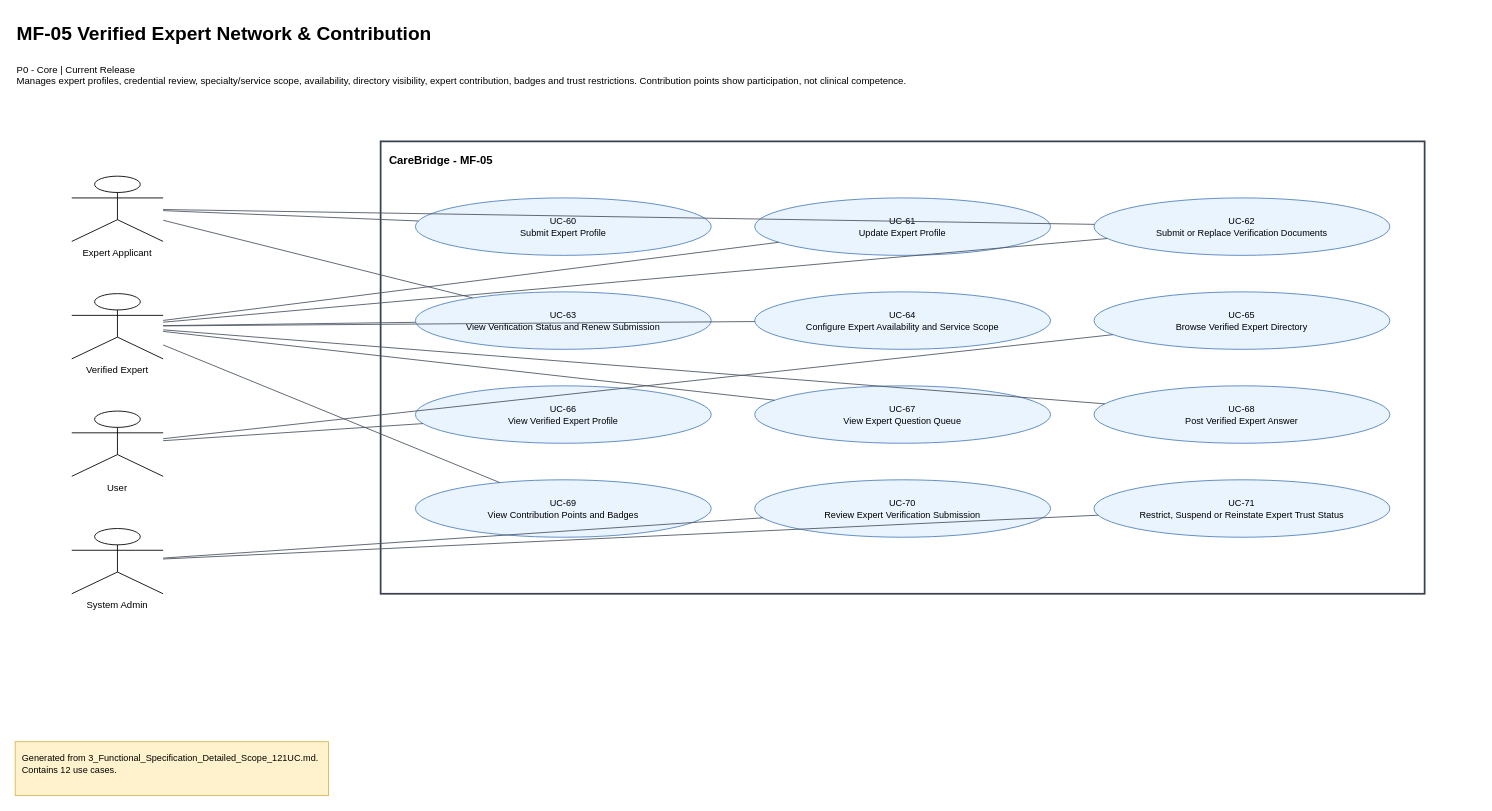
This is page "D-05. MF-05 Verified Expert Network & Contribution" (5 of 14) of 02_Requirements/UseCase/CareBridge_Use_Case_Diagrams.drawio from ChuongBDHE172784/CareBridge_SEP490_G79, a draw.io file, before an edit. Source tidied: cells renumbered, new cells numbered last; positions are measured from the earlier drawing's top-left corner, leaving out a move shared by most shapes. Both pictures are drawn from the tidied source at 87%, with x=0, y=0 at pixel (15, 15).
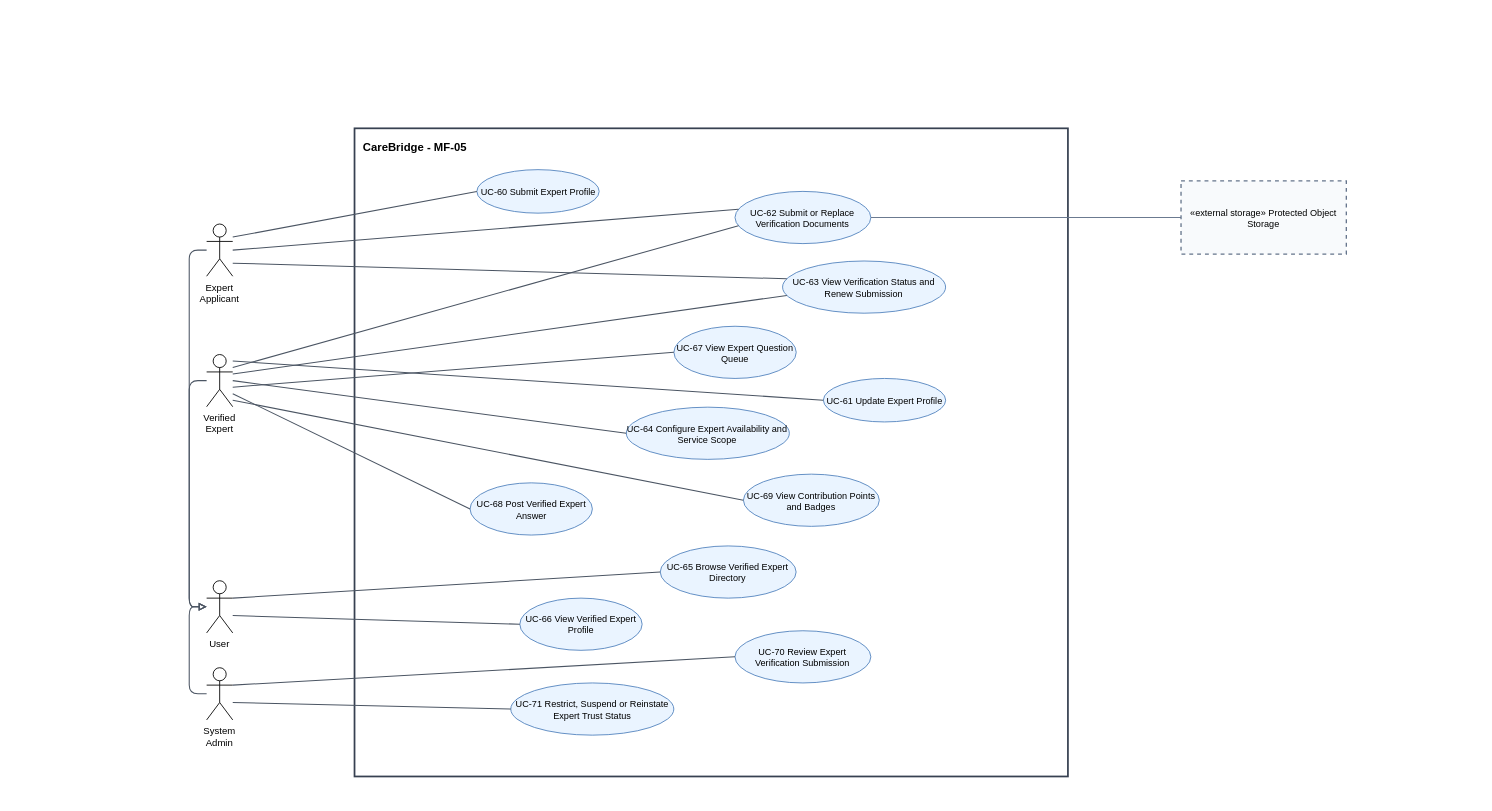
Above is the later version.

Change to the diagram source:
```diff
@@
-    <mxCell id="2" value="MF-05 Verified Expert Network &amp; Contribution" style="text;html=1;strokeColor=none;fillColor=none;fontFamily=Arial;fontSize=22;fontStyle=1;align=left;verticalAlign=middle;" parent="1" vertex="1">
-      <mxGeometry width="1680" height="44" as="geometry" />
-    </mxCell>
-    <mxCell id="3" value="P0 - Core | Current Release&#10;Manages expert profiles, credential review, specialty/service scope, availability, directory visibility, expert contribution, badges and trust restrictions. Contribution points show participation, not clinical competence." style="text;html=1;strokeColor=none;fillColor=none;fontFamily=Arial;fontSize=11;align=left;verticalAlign=top;whiteSpace=wrap;" parent="1" vertex="1">
-      <mxGeometry y="50" width="1680" height="62" as="geometry" />
-    </mxCell>
     <mxCell id="4" value="CareBridge - MF-05" style="rounded=0;whiteSpace=wrap;html=1;fillColor=none;strokeColor=#374151;strokeWidth=2;fontFamily=Arial;fontSize=13;fontStyle=1;align=left;verticalAlign=top;spacing=10;" parent="1" vertex="1">
-      <mxGeometry x="420" y="145" width="1200" height="520" as="geometry" />
+      <mxGeometry x="390" y="130" width="820" height="745" as="geometry" />
     </mxCell>
-    <mxCell id="5" value="Generated from 3_Functional_Specification_Detailed_Scope_121UC.md. Contains 12 use cases." style="rounded=0;whiteSpace=wrap;html=1;fillColor=#FFF2CC;strokeColor=#D6B656;fontFamily=Arial;fontSize=10.5;align=left;verticalAlign=top;spacing=8;" parent="1" vertex="1">
-      <mxGeometry y="835" width="360" height="62" as="geometry" />
-    </mxCell>
-    <mxCell id="6" value="Expert Applicant" style="shape=umlActor;verticalLabelPosition=bottom;verticalAlign=top;html=1;outlineConnect=0;whiteSpace=wrap;fontFamily=Arial;fontSize=11;align=center;" parent="1" vertex="1">
-      <mxGeometry x="65" y="185" width="105" height="75" as="geometry" />
-    </mxCell>
-    <mxCell id="7" value="Verified Expert" style="shape=umlActor;verticalLabelPosition=bottom;verticalAlign=top;html=1;outlineConnect=0;whiteSpace=wrap;fontFamily=Arial;fontSize=11;align=center;" parent="1" vertex="1">
-      <mxGeometry x="65" y="320" width="105" height="75" as="geometry" />
-    </mxCell>
-    <mxCell id="8" value="User" style="shape=umlActor;verticalLabelPosition=bottom;verticalAlign=top;html=1;outlineConnect=0;whiteSpace=wrap;fontFamily=Arial;fontSize=11;align=center;" parent="1" vertex="1">
-      <mxGeometry x="65" y="455" width="105" height="75" as="geometry" />
-    </mxCell>
-    <mxCell id="9" value="System Admin" style="shape=umlActor;verticalLabelPosition=bottom;verticalAlign=top;html=1;outlineConnect=0;whiteSpace=wrap;fontFamily=Arial;fontSize=11;align=center;" parent="1" vertex="1">
-      <mxGeometry x="65" y="590" width="105" height="75" as="geometry" />
-    </mxCell>
-    <mxCell id="10" value="UC-60&#10;Submit Expert Profile" style="ellipse;whiteSpace=wrap;html=1;fillColor=#EAF4FF;strokeColor=#4F81BD;strokeWidth=1;fontFamily=Arial;fontSize=10.5;align=center;verticalAlign=middle;" parent="1" vertex="1">
-      <mxGeometry x="460" y="210" width="340" height="66" as="geometry" />
+    <mxCell id="10" value="UC-60 Submit Expert Profile" style="ellipse;whiteSpace=wrap;html=1;fillColor=#EAF4FF;strokeColor=#4F81BD;strokeWidth=1;fontFamily=Arial;fontSize=10.5;align=center;verticalAlign=middle;" parent="4" vertex="1">
+      <mxGeometry x="140.6" y="47.5" width="140.6" height="50" as="geometry" />
     </mxCell>
-    <mxCell id="11" value="UC-61&#10;Update Expert Profile" style="ellipse;whiteSpace=wrap;html=1;fillColor=#EAF4FF;strokeColor=#4F81BD;strokeWidth=1;fontFamily=Arial;fontSize=10.5;align=center;verticalAlign=middle;" parent="1" vertex="1">
-      <mxGeometry x="850" y="210" width="340" height="66" as="geometry" />
+    <mxCell id="11" value="UC-61 Update Expert Profile" style="ellipse;whiteSpace=wrap;html=1;fillColor=#EAF4FF;strokeColor=#4F81BD;strokeWidth=1;fontFamily=Arial;fontSize=10.5;align=center;verticalAlign=middle;" parent="4" vertex="1">
+      <mxGeometry x="538.9" y="287.5" width="140.6" height="50" as="geometry" />
     </mxCell>
-    <mxCell id="12" value="UC-62&#10;Submit or Replace Verification Documents" style="ellipse;whiteSpace=wrap;html=1;fillColor=#EAF4FF;strokeColor=#4F81BD;strokeWidth=1;fontFamily=Arial;fontSize=10.5;align=center;verticalAlign=middle;" parent="1" vertex="1">
-      <mxGeometry x="1240" y="210" width="340" height="66" as="geometry" />
+    <mxCell id="12" value="UC-62 Submit or Replace Verification Documents" style="ellipse;whiteSpace=wrap;html=1;fillColor=#EAF4FF;strokeColor=#4F81BD;strokeWidth=1;fontFamily=Arial;fontSize=10.5;align=center;verticalAlign=middle;" parent="4" vertex="1">
+      <mxGeometry x="437.3" y="72.5" width="156.2" height="60" as="geometry" />
     </mxCell>
-    <mxCell id="13" value="UC-63&#10;View Verification Status and Renew Submission" style="ellipse;whiteSpace=wrap;html=1;fillColor=#EAF4FF;strokeColor=#4F81BD;strokeWidth=1;fontFamily=Arial;fontSize=10.5;align=center;verticalAlign=middle;" parent="1" vertex="1">
-      <mxGeometry x="460" y="318" width="340" height="66" as="geometry" />
+    <mxCell id="13" value="UC-63 View Verification Status and Renew Submission" style="ellipse;whiteSpace=wrap;html=1;fillColor=#EAF4FF;strokeColor=#4F81BD;strokeWidth=1;fontFamily=Arial;fontSize=10.5;align=center;verticalAlign=middle;" parent="4" vertex="1">
+      <mxGeometry x="492" y="152.5" width="187.4" height="60" as="geometry" />
     </mxCell>
-    <mxCell id="14" value="UC-64&#10;Configure Expert Availability and Service Scope" style="ellipse;whiteSpace=wrap;html=1;fillColor=#EAF4FF;strokeColor=#4F81BD;strokeWidth=1;fontFamily=Arial;fontSize=10.5;align=center;verticalAlign=middle;" parent="1" vertex="1">
-      <mxGeometry x="850" y="318" width="340" height="66" as="geometry" />
+    <mxCell id="14" value="UC-64 Configure Expert Availability and Service Scope" style="ellipse;whiteSpace=wrap;html=1;fillColor=#EAF4FF;strokeColor=#4F81BD;strokeWidth=1;fontFamily=Arial;fontSize=10.5;align=center;verticalAlign=middle;" parent="4" vertex="1">
+      <mxGeometry x="312.4" y="320.5" width="187.4" height="60" as="geometry" />
     </mxCell>
-    <mxCell id="15" value="UC-65&#10;Browse Verified Expert Directory" style="ellipse;whiteSpace=wrap;html=1;fillColor=#EAF4FF;strokeColor=#4F81BD;strokeWidth=1;fontFamily=Arial;fontSize=10.5;align=center;verticalAlign=middle;" parent="1" vertex="1">
-      <mxGeometry x="1240" y="318" width="340" height="66" as="geometry" />
+    <mxCell id="15" value="UC-65 Browse Verified Expert Directory" style="ellipse;whiteSpace=wrap;html=1;fillColor=#EAF4FF;strokeColor=#4F81BD;strokeWidth=1;fontFamily=Arial;fontSize=10.5;align=center;verticalAlign=middle;" parent="4" vertex="1">
+      <mxGeometry x="351.4" y="480" width="156.2" height="60" as="geometry" />
     </mxCell>
-    <mxCell id="16" value="UC-66&#10;View Verified Expert Profile" style="ellipse;whiteSpace=wrap;html=1;fillColor=#EAF4FF;strokeColor=#4F81BD;strokeWidth=1;fontFamily=Arial;fontSize=10.5;align=center;verticalAlign=middle;" parent="1" vertex="1">
-      <mxGeometry x="460" y="426" width="340" height="66" as="geometry" />
+    <mxCell id="16" value="UC-66 View Verified Expert Profile" style="ellipse;whiteSpace=wrap;html=1;fillColor=#EAF4FF;strokeColor=#4F81BD;strokeWidth=1;fontFamily=Arial;fontSize=10.5;align=center;verticalAlign=middle;" parent="4" vertex="1">
+      <mxGeometry x="190" y="540" width="140.6" height="60" as="geometry" />
     </mxCell>
-    <mxCell id="17" value="UC-67&#10;View Expert Question Queue" style="ellipse;whiteSpace=wrap;html=1;fillColor=#EAF4FF;strokeColor=#4F81BD;strokeWidth=1;fontFamily=Arial;fontSize=10.5;align=center;verticalAlign=middle;" parent="1" vertex="1">
-      <mxGeometry x="850" y="426" width="340" height="66" as="geometry" />
+    <mxCell id="17" value="UC-67 View Expert Question Queue" style="ellipse;whiteSpace=wrap;html=1;fillColor=#EAF4FF;strokeColor=#4F81BD;strokeWidth=1;fontFamily=Arial;fontSize=10.5;align=center;verticalAlign=middle;" parent="4" vertex="1">
+      <mxGeometry x="367.1" y="227.5" width="140.6" height="60" as="geometry" />
     </mxCell>
-    <mxCell id="18" value="UC-68&#10;Post Verified Expert Answer" style="ellipse;whiteSpace=wrap;html=1;fillColor=#EAF4FF;strokeColor=#4F81BD;strokeWidth=1;fontFamily=Arial;fontSize=10.5;align=center;verticalAlign=middle;" parent="1" vertex="1">
-      <mxGeometry x="1240" y="426" width="340" height="66" as="geometry" />
+    <mxCell id="18" value="UC-68 Post Verified Expert Answer" style="ellipse;whiteSpace=wrap;html=1;fillColor=#EAF4FF;strokeColor=#4F81BD;strokeWidth=1;fontFamily=Arial;fontSize=10.5;align=center;verticalAlign=middle;" parent="4" vertex="1">
+      <mxGeometry x="132.8" y="407.5" width="140.6" height="60" as="geometry" />
     </mxCell>
-    <mxCell id="19" value="UC-69&#10;View Contribution Points and Badges" style="ellipse;whiteSpace=wrap;html=1;fillColor=#EAF4FF;strokeColor=#4F81BD;strokeWidth=1;fontFamily=Arial;fontSize=10.5;align=center;verticalAlign=middle;" parent="1" vertex="1">
-      <mxGeometry x="460" y="534" width="340" height="66" as="geometry" />
+    <mxCell id="19" value="UC-69 View Contribution Points and Badges" style="ellipse;whiteSpace=wrap;html=1;fillColor=#EAF4FF;strokeColor=#4F81BD;strokeWidth=1;fontFamily=Arial;fontSize=10.5;align=center;verticalAlign=middle;" parent="4" vertex="1">
+      <mxGeometry x="447" y="397.5" width="156.2" height="60" as="geometry" />
     </mxCell>
-    <mxCell id="20" value="UC-70&#10;Review Expert Verification Submission" style="ellipse;whiteSpace=wrap;html=1;fillColor=#EAF4FF;strokeColor=#4F81BD;strokeWidth=1;fontFamily=Arial;fontSize=10.5;align=center;verticalAlign=middle;" parent="1" vertex="1">
-      <mxGeometry x="850" y="534" width="340" height="66" as="geometry" />
+    <mxCell id="20" value="UC-70 Review Expert Verification Submission" style="ellipse;whiteSpace=wrap;html=1;fillColor=#EAF4FF;strokeColor=#4F81BD;strokeWidth=1;fontFamily=Arial;fontSize=10.5;align=center;verticalAlign=middle;" parent="4" vertex="1">
+      <mxGeometry x="437.3" y="577.5" width="156.2" height="60" as="geometry" />
     </mxCell>
-    <mxCell id="21" value="UC-71&#10;Restrict, Suspend or Reinstate Expert Trust Status" style="ellipse;whiteSpace=wrap;html=1;fillColor=#EAF4FF;strokeColor=#4F81BD;strokeWidth=1;fontFamily=Arial;fontSize=10.5;align=center;verticalAlign=middle;" parent="1" vertex="1">
-      <mxGeometry x="1240" y="534" width="340" height="66" as="geometry" />
+    <mxCell id="21" value="UC-71 Restrict, Suspend or Reinstate Expert Trust Status" style="ellipse;whiteSpace=wrap;html=1;fillColor=#EAF4FF;strokeColor=#4F81BD;strokeWidth=1;fontFamily=Arial;fontSize=10.5;align=center;verticalAlign=middle;" parent="4" vertex="1">
+      <mxGeometry x="179.6" y="637.5" width="187.4" height="60" as="geometry" />
     </mxCell>
+    <mxCell id="6" value="Expert Applicant" style="shape=umlActor;verticalLabelPosition=bottom;verticalAlign=top;html=1;outlineConnect=0;whiteSpace=wrap;fontFamily=Arial;fontSize=11;align=center;" parent="1" vertex="1">
+      <mxGeometry x="220" y="240" width="30" height="60" as="geometry" />
+    </mxCell>
+    <mxCell id="7" value="Verified Expert" style="shape=umlActor;verticalLabelPosition=bottom;verticalAlign=top;html=1;outlineConnect=0;whiteSpace=wrap;fontFamily=Arial;fontSize=11;align=center;" parent="1" vertex="1">
+      <mxGeometry x="220" y="390" width="30" height="60" as="geometry" />
+    </mxCell>
+    <mxCell id="8" value="User" style="shape=umlActor;verticalLabelPosition=bottom;verticalAlign=top;html=1;outlineConnect=0;whiteSpace=wrap;fontFamily=Arial;fontSize=11;align=center;" parent="1" vertex="1">
+      <mxGeometry x="220" y="650" width="30" height="60" as="geometry" />
+    </mxCell>
+    <mxCell id="9" value="System Admin" style="shape=umlActor;verticalLabelPosition=bottom;verticalAlign=top;html=1;outlineConnect=0;whiteSpace=wrap;fontFamily=Arial;fontSize=11;align=center;" parent="1" vertex="1">
+      <mxGeometry x="220" y="750" width="30" height="60" as="geometry" />
+    </mxCell>
-    <mxCell id="22" style="endArrow=none;html=1;rounded=0;strokeColor=#4B5563;fontFamily=Arial;fontSize=9;" parent="1" edge="1" source="6" target="10">
+    <mxCell id="22" style="endArrow=none;html=1;rounded=0;strokeColor=#4B5563;fontFamily=Arial;fontSize=9;exitDx=0;entryX=0;strokeWidth=1.2;edgeStyle=none;jettySize=auto;exitY=0.25;entryDy=0;exitDy=0;entryY=0.5;entryDx=0;exitX=1;" parent="1" edge="1" source="6" target="10">
       <mxGeometry relative="1" as="geometry" />
     </mxCell>
-    <mxCell id="23" style="endArrow=none;html=1;rounded=0;strokeColor=#4B5563;fontFamily=Arial;fontSize=9;" parent="1" edge="1" source="7" target="11">
+    <mxCell id="23" style="endArrow=none;html=1;rounded=0;strokeColor=#4B5563;fontFamily=Arial;fontSize=9;exitDx=0;entryX=0;strokeWidth=1.2;edgeStyle=none;jettySize=auto;exitY=0.125;entryDy=0;exitDy=0;entryY=0.5;entryDx=0;exitX=1;" parent="1" edge="1" source="7" target="11">
       <mxGeometry relative="1" as="geometry" />
     </mxCell>
-    <mxCell id="24" style="endArrow=none;html=1;rounded=0;strokeColor=#4B5563;fontFamily=Arial;fontSize=9;" parent="1" edge="1" source="6" target="12">
+    <mxCell id="24" style="endArrow=none;html=1;rounded=0;strokeColor=#4B5563;fontFamily=Arial;fontSize=9;exitDx=0;entryX=0;strokeWidth=1.2;edgeStyle=none;jettySize=auto;exitY=0.5;entryDy=0;exitDy=0;entryY=0.333;entryDx=0;exitX=1;" parent="1" edge="1" source="6" target="12">
       <mxGeometry relative="1" as="geometry" />
     </mxCell>
-    <mxCell id="25" style="endArrow=none;html=1;rounded=0;strokeColor=#4B5563;fontFamily=Arial;fontSize=9;" parent="1" edge="1" source="7" target="12">
+    <mxCell id="25" style="endArrow=none;html=1;rounded=0;strokeColor=#4B5563;fontFamily=Arial;fontSize=9;exitDx=0;entryX=0;strokeWidth=1.2;edgeStyle=none;jettySize=auto;exitY=0.25;entryDy=0;exitDy=0;entryY=0.667;entryDx=0;exitX=1;" parent="1" edge="1" source="7" target="12">
       <mxGeometry relative="1" as="geometry" />
     </mxCell>
-    <mxCell id="26" style="endArrow=none;html=1;rounded=0;strokeColor=#4B5563;fontFamily=Arial;fontSize=9;" parent="1" edge="1" source="6" target="13">
+    <mxCell id="26" style="endArrow=none;html=1;rounded=0;strokeColor=#4B5563;fontFamily=Arial;fontSize=9;exitDx=0;entryX=0;strokeWidth=1.2;edgeStyle=none;jettySize=auto;exitY=0.75;entryDy=0;exitDy=0;entryY=0.333;entryDx=0;exitX=1;" parent="1" edge="1" source="6" target="13">
       <mxGeometry relative="1" as="geometry" />
     </mxCell>
-    <mxCell id="27" style="endArrow=none;html=1;rounded=0;strokeColor=#4B5563;fontFamily=Arial;fontSize=9;" parent="1" edge="1" source="7" target="13">
+    <mxCell id="27" style="endArrow=none;html=1;rounded=0;strokeColor=#4B5563;fontFamily=Arial;fontSize=9;exitDx=0;entryX=0;strokeWidth=1.2;edgeStyle=none;jettySize=auto;exitY=0.375;entryDy=0;exitDy=0;entryY=0.667;entryDx=0;exitX=1;" parent="1" edge="1" source="7" target="13">
       <mxGeometry relative="1" as="geometry" />
     </mxCell>
-    <mxCell id="28" style="endArrow=none;html=1;rounded=0;strokeColor=#4B5563;fontFamily=Arial;fontSize=9;" parent="1" edge="1" source="7" target="14">
+    <mxCell id="28" style="endArrow=none;html=1;rounded=0;strokeColor=#4B5563;fontFamily=Arial;fontSize=9;exitDx=0;entryX=0;strokeWidth=1.2;edgeStyle=none;jettySize=auto;exitY=0.5;entryDy=0;exitDy=0;entryY=0.5;entryDx=0;exitX=1;" parent="1" edge="1" source="7" target="14">
       <mxGeometry relative="1" as="geometry" />
     </mxCell>
-    <mxCell id="29" style="endArrow=none;html=1;rounded=0;strokeColor=#4B5563;fontFamily=Arial;fontSize=9;" parent="1" edge="1" source="8" target="15">
+    <mxCell id="29" style="endArrow=none;html=1;rounded=0;strokeColor=#4B5563;fontFamily=Arial;fontSize=9;exitDx=0;entryX=0;strokeWidth=1.2;edgeStyle=none;jettySize=auto;exitY=0.333;entryDy=0;exitDy=0;entryY=0.5;entryDx=0;exitX=1;" parent="1" edge="1" source="8" target="15">
       <mxGeometry relative="1" as="geometry" />
     </mxCell>
-    <mxCell id="30" style="endArrow=none;html=1;rounded=0;strokeColor=#4B5563;fontFamily=Arial;fontSize=9;" parent="1" edge="1" source="8" target="16">
+    <mxCell id="30" style="endArrow=none;html=1;rounded=0;strokeColor=#4B5563;fontFamily=Arial;fontSize=9;exitDx=0;entryX=0;strokeWidth=1.2;edgeStyle=none;jettySize=auto;exitY=0.667;entryDy=0;exitDy=0;entryY=0.5;entryDx=0;exitX=1;" parent="1" edge="1" source="8" target="16">
       <mxGeometry relative="1" as="geometry" />
     </mxCell>
-    <mxCell id="31" style="endArrow=none;html=1;rounded=0;strokeColor=#4B5563;fontFamily=Arial;fontSize=9;" parent="1" edge="1" source="7" target="17">
+    <mxCell id="31" style="endArrow=none;html=1;rounded=0;strokeColor=#4B5563;fontFamily=Arial;fontSize=9;exitDx=0;entryX=0;strokeWidth=1.2;edgeStyle=none;jettySize=auto;exitY=0.625;entryDy=0;exitDy=0;entryY=0.5;entryDx=0;exitX=1;" parent="1" edge="1" source="7" target="17">
       <mxGeometry relative="1" as="geometry" />
     </mxCell>
-    <mxCell id="32" style="endArrow=none;html=1;rounded=0;strokeColor=#4B5563;fontFamily=Arial;fontSize=9;" parent="1" edge="1" source="7" target="18">
+    <mxCell id="32" style="endArrow=none;html=1;rounded=0;strokeColor=#4B5563;fontFamily=Arial;fontSize=9;exitDx=0;entryX=0;strokeWidth=1.2;edgeStyle=none;jettySize=auto;exitY=0.75;entryDy=0;exitDy=0;entryY=0.5;entryDx=0;exitX=1;" parent="1" edge="1" source="7" target="18">
       <mxGeometry relative="1" as="geometry" />
     </mxCell>
-    <mxCell id="33" style="endArrow=none;html=1;rounded=0;strokeColor=#4B5563;fontFamily=Arial;fontSize=9;" parent="1" edge="1" source="7" target="19">
+    <mxCell id="33" style="endArrow=none;html=1;rounded=0;strokeColor=#4B5563;fontFamily=Arial;fontSize=9;exitDx=0;entryX=0;strokeWidth=1.2;edgeStyle=none;jettySize=auto;exitY=0.875;entryDy=0;exitDy=0;entryY=0.5;entryDx=0;exitX=1;" parent="1" edge="1" source="7" target="19">
       <mxGeometry relative="1" as="geometry" />
     </mxCell>
-    <mxCell id="34" style="endArrow=none;html=1;rounded=0;strokeColor=#4B5563;fontFamily=Arial;fontSize=9;" parent="1" edge="1" source="9" target="20">
+    <mxCell id="34" style="endArrow=none;html=1;rounded=0;strokeColor=#4B5563;fontFamily=Arial;fontSize=9;exitDx=0;entryX=0;strokeWidth=1.2;edgeStyle=none;jettySize=auto;exitY=0.333;entryDy=0;exitDy=0;entryY=0.5;entryDx=0;exitX=1;" parent="1" edge="1" source="9" target="20">
       <mxGeometry relative="1" as="geometry" />
     </mxCell>
-    <mxCell id="35" style="endArrow=none;html=1;rounded=0;strokeColor=#4B5563;fontFamily=Arial;fontSize=9;" parent="1" edge="1" source="9" target="21">
+    <mxCell id="35" style="endArrow=none;html=1;rounded=0;strokeColor=#4B5563;fontFamily=Arial;fontSize=9;exitDx=0;entryX=0;strokeWidth=1.2;edgeStyle=none;jettySize=auto;exitY=0.667;entryDy=0;exitDy=0;entryY=0.5;entryDx=0;exitX=1;" parent="1" edge="1" source="9" target="21">
       <mxGeometry relative="1" as="geometry" />
     </mxCell>
+    <mxCell id="36" value="«external storage» Protected Object Storage" style="rounded=0;whiteSpace=wrap;html=1;fillColor=#F8FAFC;strokeColor=#64748B;strokeWidth=1.5;dashed=1;fontFamily=Arial;fontSize=10.5;align=center;verticalAlign=middle;spacing=6;" parent="1" vertex="1">
+      <mxGeometry x="1340" y="190.5" width="190" height="84" as="geometry" />
+    </mxCell>
+    <mxCell id="37" style="edgeStyle=none;rounded=0;jettySize=auto;html=1;endArrow=none;strokeColor=#64748B;strokeWidth=1.1;exitDx=0;entryX=1;exitY=0.5;entryDy=0;exitDy=0;entryY=0.5;entryDx=0;exitX=0;" parent="1" edge="1" source="36" target="12">
+      <mxGeometry relative="1" as="geometry" />
+    </mxCell>
+    <mxCell id="38" style="edgeStyle=orthogonalEdgeStyle;rounded=1;jettySize=auto;html=1;endArrow=block;endFill=0;strokeColor=#4B5563;strokeWidth=1.2;exitDy=0;exitDx=0;entryDx=0;entryY=0.5;exitX=0;exitY=0.5;entryDy=0;entryX=0;" parent="1" edge="1" source="6" target="8">
+      <mxGeometry relative="1" as="geometry" />
+    </mxCell>
+    <mxCell id="39" style="edgeStyle=orthogonalEdgeStyle;rounded=1;jettySize=auto;html=1;endArrow=block;endFill=0;strokeColor=#4B5563;strokeWidth=1.2;exitDy=0;exitDx=0;entryDx=0;entryY=0.5;exitX=0;exitY=0.5;entryDy=0;entryX=0;" parent="1" edge="1" source="7" target="8">
+      <mxGeometry relative="1" as="geometry" />
+    </mxCell>
+    <mxCell id="40" style="edgeStyle=orthogonalEdgeStyle;rounded=1;jettySize=auto;html=1;endArrow=block;endFill=0;strokeColor=#4B5563;strokeWidth=1.2;exitDy=0;exitDx=0;entryDx=0;entryY=0.5;exitX=0;exitY=0.5;entryDy=0;entryX=0;" parent="1" edge="1" source="9" target="8">
+      <mxGeometry relative="1" as="geometry" />
+    </mxCell>
```
